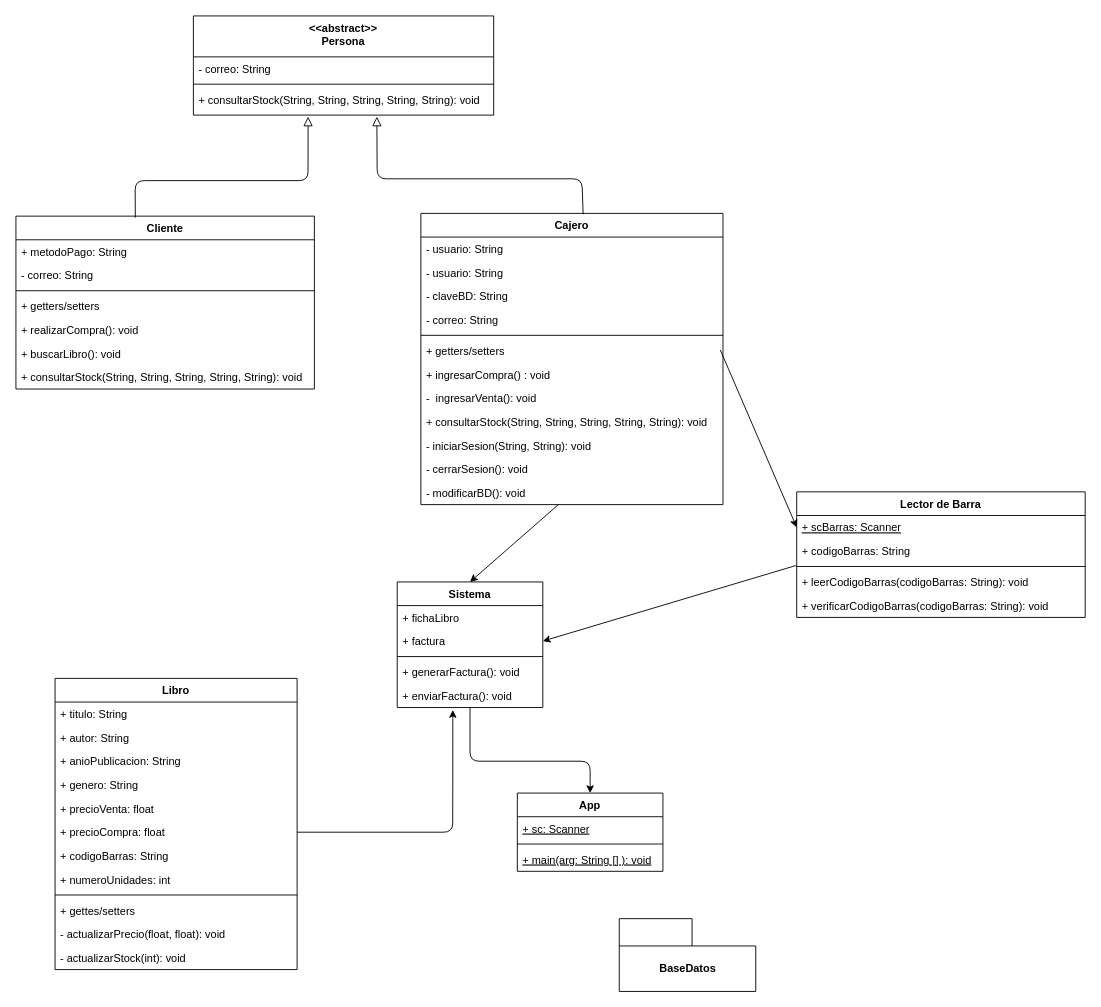
This is design/DC_PrjL.dio from AlejandroTTD/Chapter-Connect-Library, a draw.io file, before an edit. Source tidied: cells renumbered, new cells numbered last; positions are measured from the earlier drawing's top-left corner, leaving out a move shared by most shapes. Both pictures are drawn from the tidied source at 91%, with x=0, y=0 at pixel (15, 15).
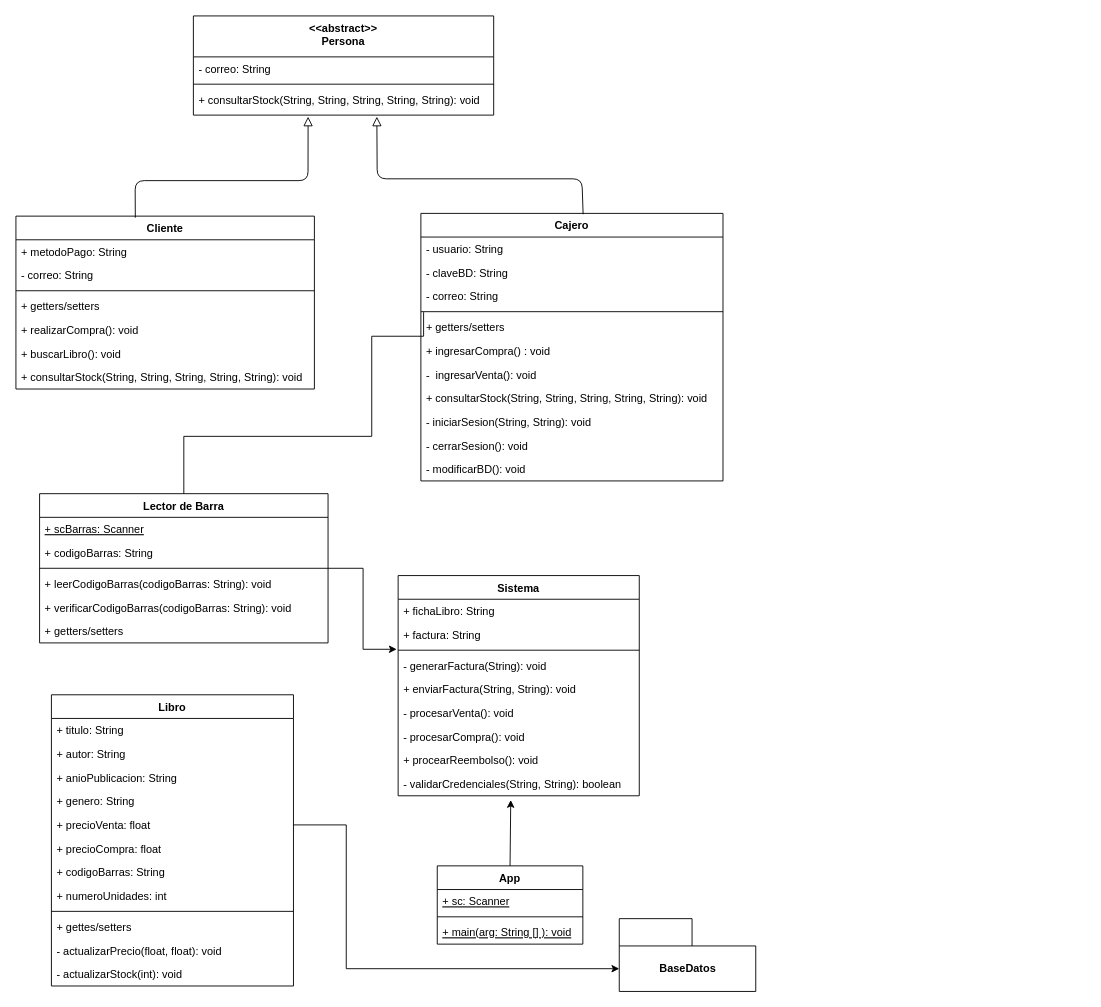
After the change.

Unchanged cells that the change refers to:
```xml
<mxCell id="28" value="+ scBarras: Scanner" style="text;strokeColor=none;fillColor=none;align=left;verticalAlign=top;spacingLeft=4;spacingRight=4;overflow=hidden;points=[[0,0.5],[1,0.5]];portConstraint=eastwest;fontStyle=4;" parent="27" vertex="1">
  <mxGeometry y="26" width="317" height="26" as="geometry" />
</mxCell>
<mxCell id="29" value="+ codigoBarras: String" style="text;strokeColor=none;fillColor=none;align=left;verticalAlign=top;spacingLeft=4;spacingRight=4;overflow=hidden;points=[[0,0.5],[1,0.5]];portConstraint=eastwest;" parent="27" vertex="1">
  <mxGeometry y="52" width="317" height="26" as="geometry" />
</mxCell>
<mxCell id="48" value="+ precioVenta: float" style="text;strokeColor=none;fillColor=none;align=left;verticalAlign=top;spacingLeft=4;spacingRight=4;overflow=hidden;points=[[0,0.5],[1,0.5]];portConstraint=eastwest;" parent="43" vertex="1">
  <mxGeometry y="130" width="266" height="26" as="geometry" />
</mxCell>
<mxCell id="49" value="+ precioCompra: float" style="text;strokeColor=none;fillColor=none;align=left;verticalAlign=top;spacingLeft=4;spacingRight=4;overflow=hidden;points=[[0,0.5],[1,0.5]];portConstraint=eastwest;" parent="43" vertex="1">
  <mxGeometry y="156" width="266" height="26" as="geometry" />
</mxCell>
<mxCell id="60" value="BaseDatos" style="shape=folder;fontStyle=1;tabWidth=80;tabHeight=30;tabPosition=left;html=1;boundedLbl=1;" parent="1" vertex="1">
  <mxGeometry x="663" y="992" width="150" height="80" as="geometry" />
</mxCell>
```

Diff of the diagram source:
```diff
@@
     <mxCell id="10" value="Cajero" style="swimlane;fontStyle=1;align=center;verticalAlign=top;horizontal=1;startSize=26;" parent="1" vertex="1">
-      <mxGeometry x="445" y="217" width="332" height="320" as="geometry" />
+      <mxGeometry x="445" y="217" width="332" height="294" as="geometry" />
     </mxCell>
@@
-    <mxCell id="12" value="- usuario: String" style="text;strokeColor=none;fillColor=none;align=left;verticalAlign=top;spacingLeft=4;spacingRight=4;overflow=hidden;" parent="10" vertex="1">
-      <mxGeometry y="52" width="332" height="26" as="geometry" />
-    </mxCell>
     <mxCell id="13" value="- claveBD: String" style="text;strokeColor=none;fillColor=none;align=left;verticalAlign=top;spacingLeft=4;spacingRight=4;overflow=hidden;" parent="10" vertex="1">
-      <mxGeometry y="78" width="332" height="26" as="geometry" />
+      <mxGeometry y="52" width="332" height="26" as="geometry" />
     </mxCell>
     <mxCell id="14" value="- correo: String" style="text;strokeColor=none;fillColor=none;align=left;verticalAlign=top;spacingLeft=4;spacingRight=4;overflow=hidden;" parent="10" vertex="1">
-      <mxGeometry y="104" width="332" height="26" as="geometry" />
+      <mxGeometry y="78" width="332" height="26" as="geometry" />
     </mxCell>
     <mxCell id="15" style="line;strokeWidth=1;fillColor=none;align=left;verticalAlign=middle;spacingTop=-1;spacingLeft=3;spacingRight=3;labelPosition=right;strokeColor=inherit;" parent="10" vertex="1">
-      <mxGeometry y="130" width="332" height="8" as="geometry" />
+      <mxGeometry y="104" width="332" height="8" as="geometry" />
     </mxCell>
     <mxCell id="16" value="+ getters/setters" style="text;strokeColor=none;fillColor=none;align=left;verticalAlign=top;spacingLeft=4;spacingRight=4;overflow=hidden;points=[[0,0.5],[1,0.5]];portConstraint=eastwest;" parent="10" vertex="1">
-      <mxGeometry y="138" width="332" height="26" as="geometry" />
+      <mxGeometry y="112" width="332" height="26" as="geometry" />
     </mxCell>
     <mxCell id="17" value="+ ingresarCompra() : void" style="text;strokeColor=none;fillColor=none;align=left;verticalAlign=top;spacingLeft=4;spacingRight=4;overflow=hidden;" parent="10" vertex="1">
-      <mxGeometry y="164" width="332" height="26" as="geometry" />
+      <mxGeometry y="138" width="332" height="26" as="geometry" />
     </mxCell>
     <mxCell id="18" value="-  ingresarVenta(): void" style="text;strokeColor=none;fillColor=none;align=left;verticalAlign=top;spacingLeft=4;spacingRight=4;overflow=hidden;" parent="10" vertex="1">
-      <mxGeometry y="190" width="332" height="26" as="geometry" />
+      <mxGeometry y="164" width="332" height="26" as="geometry" />
     </mxCell>
     <mxCell id="19" value="+ consultarStock(String, String, String, String, String): void" style="text;strokeColor=none;fillColor=none;align=left;verticalAlign=top;spacingLeft=4;spacingRight=4;overflow=hidden;" parent="10" vertex="1">
-      <mxGeometry y="216" width="332" height="26" as="geometry" />
+      <mxGeometry y="190" width="332" height="26" as="geometry" />
     </mxCell>
     <mxCell id="20" value="- iniciarSesion(String, String): void" style="text;strokeColor=none;fillColor=none;align=left;verticalAlign=top;spacingLeft=4;spacingRight=4;overflow=hidden;" parent="10" vertex="1">
-      <mxGeometry y="242" width="332" height="26" as="geometry" />
+      <mxGeometry y="216" width="332" height="26" as="geometry" />
     </mxCell>
     <mxCell id="21" value="- cerrarSesion(): void" style="text;strokeColor=none;fillColor=none;align=left;verticalAlign=top;spacingLeft=4;spacingRight=4;overflow=hidden;" parent="10" vertex="1">
-      <mxGeometry y="268" width="332" height="26" as="geometry" />
+      <mxGeometry y="242" width="332" height="26" as="geometry" />
     </mxCell>
     <mxCell id="22" value="- modificarBD(): void&#10;" style="text;strokeColor=none;fillColor=none;align=left;verticalAlign=top;spacingLeft=4;spacingRight=4;overflow=hidden;points=[[0,0.5],[1,0.5]];portConstraint=eastwest;" parent="10" vertex="1">
-      <mxGeometry y="294" width="332" height="26" as="geometry" />
+      <mxGeometry y="268" width="332" height="26" as="geometry" />
     </mxCell>
@@
+    <mxCell id="64" style="edgeStyle=orthogonalEdgeStyle;rounded=0;html=1;entryX=-0.006;entryY=1.115;entryDx=0;entryDy=0;entryPerimeter=0;" parent="1" edge="1" source="27" target="39">
+      <mxGeometry relative="1" as="geometry" />
+    </mxCell>
     <mxCell id="27" value="Lector de Barra" style="swimlane;fontStyle=1;align=center;verticalAlign=top;horizontal=1;startSize=26;" parent="1" vertex="1">
-      <mxGeometry x="858" y="523" width="317" height="138" as="geometry" />
+      <mxGeometry x="26" y="525" width="317" height="164" as="geometry" />
     </mxCell>
@@
+    <mxCell id="65" value="+ getters/setters" style="text;strokeColor=none;fillColor=none;align=left;verticalAlign=top;spacingLeft=4;spacingRight=4;overflow=hidden;" parent="27" vertex="1">
+      <mxGeometry y="138" width="317" height="26" as="geometry" />
+    </mxCell>
     <mxCell id="33" value="App" style="swimlane;fontStyle=1;align=center;verticalAlign=top;horizontal=1;startSize=26;" parent="1" vertex="1">
-      <mxGeometry x="551" y="854" width="160" height="86" as="geometry" />
+      <mxGeometry x="463" y="934" width="160" height="86" as="geometry" />
     </mxCell>
@@
     <mxCell id="37" value="Sistema" style="swimlane;fontStyle=1;align=center;verticalAlign=top;horizontal=1;startSize=26;" parent="1" vertex="1">
-      <mxGeometry x="419" y="622" width="160" height="138" as="geometry" />
+      <mxGeometry x="420" y="615" width="265" height="242" as="geometry" />
     </mxCell>
-    <mxCell id="38" value="+ fichaLibro" style="text;strokeColor=none;fillColor=none;align=left;verticalAlign=top;spacingLeft=4;spacingRight=4;overflow=hidden;" parent="37" vertex="1">
-      <mxGeometry y="26" width="160" height="26" as="geometry" />
+    <mxCell id="38" value="+ fichaLibro: String" style="text;strokeColor=none;fillColor=none;align=left;verticalAlign=top;spacingLeft=4;spacingRight=4;overflow=hidden;" parent="37" vertex="1">
+      <mxGeometry y="26" width="265" height="26" as="geometry" />
     </mxCell>
-    <mxCell id="39" value="+ factura" style="text;strokeColor=none;fillColor=none;align=left;verticalAlign=top;spacingLeft=4;spacingRight=4;overflow=hidden;points=[[0,0.5],[1,0.5]];portConstraint=eastwest;" parent="37" vertex="1">
-      <mxGeometry y="52" width="160" height="26" as="geometry" />
+    <mxCell id="39" value="+ factura: String" style="text;strokeColor=none;fillColor=none;align=left;verticalAlign=top;spacingLeft=4;spacingRight=4;overflow=hidden;points=[[0,0.5],[1,0.5]];portConstraint=eastwest;" parent="37" vertex="1">
+      <mxGeometry y="52" width="265" height="26" as="geometry" />
     </mxCell>
     <mxCell id="40" style="line;strokeWidth=1;fillColor=none;align=left;verticalAlign=middle;spacingTop=-1;spacingLeft=3;spacingRight=3;labelPosition=right;strokeColor=inherit;" parent="37" vertex="1">
-      <mxGeometry y="78" width="160" height="8" as="geometry" />
+      <mxGeometry y="78" width="265" height="8" as="geometry" />
     </mxCell>
-    <mxCell id="41" value="+ generarFactura(): void" style="text;strokeColor=none;fillColor=none;align=left;verticalAlign=top;spacingLeft=4;spacingRight=4;overflow=hidden;" parent="37" vertex="1">
-      <mxGeometry y="86" width="160" height="26" as="geometry" />
+    <mxCell id="41" value="- generarFactura(String): void" style="text;strokeColor=none;fillColor=none;align=left;verticalAlign=top;spacingLeft=4;spacingRight=4;overflow=hidden;" parent="37" vertex="1">
+      <mxGeometry y="86" width="265" height="26" as="geometry" />
     </mxCell>
+    <mxCell id="66" value="+ enviarFactura(String, String): void" style="text;strokeColor=none;fillColor=none;align=left;verticalAlign=top;spacingLeft=4;spacingRight=4;overflow=hidden;" parent="37" vertex="1">
+      <mxGeometry y="112" width="265" height="26" as="geometry" />
+    </mxCell>
+    <mxCell id="67" value="- procesarVenta(): void" style="text;strokeColor=none;fillColor=none;align=left;verticalAlign=top;spacingLeft=4;spacingRight=4;overflow=hidden;" parent="37" vertex="1">
+      <mxGeometry y="138" width="265" height="26" as="geometry" />
+    </mxCell>
+    <mxCell id="68" value="- procesarCompra(): void&#10;" style="text;strokeColor=none;fillColor=none;align=left;verticalAlign=top;spacingLeft=4;spacingRight=4;overflow=hidden;" parent="37" vertex="1">
+      <mxGeometry y="164" width="265" height="26" as="geometry" />
+    </mxCell>
+    <mxCell id="69" value="+ procearReembolso(): void" style="text;strokeColor=none;fillColor=none;align=left;verticalAlign=top;spacingLeft=4;spacingRight=4;overflow=hidden;" parent="37" vertex="1">
+      <mxGeometry y="190" width="265" height="26" as="geometry" />
+    </mxCell>
-    <mxCell id="42" value="+ enviarFactura(): void" style="text;strokeColor=none;fillColor=none;align=left;verticalAlign=top;spacingLeft=4;spacingRight=4;overflow=hidden;points=[[0,0.5],[1,0.5]];portConstraint=eastwest;" parent="37" vertex="1">
-      <mxGeometry y="112" width="160" height="26" as="geometry" />
+    <mxCell id="42" value="- validarCredenciales(String, String): boolean" style="text;strokeColor=none;fillColor=none;align=left;verticalAlign=top;spacingLeft=4;spacingRight=4;overflow=hidden;points=[[0,0.5],[1,0.5]];portConstraint=eastwest;" parent="37" vertex="1">
+      <mxGeometry y="216" width="265" height="26" as="geometry" />
     </mxCell>
     <mxCell id="43" value="Libro" style="swimlane;fontStyle=1;align=center;verticalAlign=top;horizontal=1;startSize=26;" parent="1" vertex="1">
-      <mxGeometry x="43" y="728" width="266" height="320" as="geometry" />
+      <mxGeometry x="39" y="746" width="266" height="320" as="geometry" />
     </mxCell>
@@
-    <mxCell id="56" style="edgeStyle=none;html=1;exitX=1;exitY=0.5;exitDx=0;exitDy=0;entryX=0;entryY=0.5;entryDx=0;entryDy=0;" parent="1" edge="1" target="28">
-      <mxGeometry relative="1" as="geometry">
-        <mxPoint x="774" y="367" as="sourcePoint" />
-      </mxGeometry>
-    </mxCell>
-    <mxCell id="57" style="edgeStyle=none;html=1;entryX=0.5;entryY=0;entryDx=0;entryDy=0;" parent="1" edge="1" source="22" target="37">
-      <mxGeometry relative="1" as="geometry" />
-    </mxCell>
-    <mxCell id="58" style="edgeStyle=none;html=1;entryX=1;entryY=0.5;entryDx=0;entryDy=0;exitX=-0.003;exitY=1.115;exitDx=0;exitDy=0;exitPerimeter=0;" parent="1" edge="1" source="29" target="39">
-      <mxGeometry relative="1" as="geometry" />
-    </mxCell>
-    <mxCell id="59" style="edgeStyle=none;html=1;entryX=0.5;entryY=0;entryDx=0;entryDy=0;" parent="1" edge="1" source="42" target="33">
-      <mxGeometry relative="1" as="geometry">
-        <Array as="points">
-          <mxPoint x="499" y="819" />
-          <mxPoint x="631" y="819" />
-        </Array>
-      </mxGeometry>
-    </mxCell>
@@
-    <mxCell id="63" style="edgeStyle=none;html=1;entryX=0.382;entryY=1.106;entryDx=0;entryDy=0;entryPerimeter=0;exitX=1;exitY=0.5;exitDx=0;exitDy=0;" parent="1" edge="1" source="49" target="42">
-      <mxGeometry relative="1" as="geometry">
-        <Array as="points">
-          <mxPoint x="480" y="897" />
-        </Array>
-      </mxGeometry>
-    </mxCell>
+    <mxCell id="70" style="endArrow=none;html=1;exitX=0.009;exitY=-0.132;exitDx=0;exitDy=0;exitPerimeter=0;entryX=0.5;entryY=0;entryDx=0;entryDy=0;rounded=0;edgeStyle=orthogonalEdgeStyle;" parent="1" edge="1" source="16" target="27">
+      <mxGeometry relative="1" as="geometry">
+        <Array as="points">
+          <mxPoint x="391" y="352" />
+          <mxPoint x="391" y="462" />
+          <mxPoint x="185" y="462" />
+        </Array>
+      </mxGeometry>
+    </mxCell>
+    <mxCell id="71" style="edgeStyle=orthogonalEdgeStyle;rounded=0;html=1;entryX=0;entryY=0;entryDx=0;entryDy=55;entryPerimeter=0;" parent="1" edge="1" source="48" target="60">
+      <mxGeometry relative="1" as="geometry">
+        <Array as="points">
+          <mxPoint x="363" y="889" />
+          <mxPoint x="363" y="1047" />
+        </Array>
+      </mxGeometry>
+    </mxCell>
+    <mxCell id="72" style="endArrow=classic;html=1;rounded=0;exitX=0.5;exitY=0;exitDx=0;exitDy=0;entryX=0.467;entryY=1.179;entryDx=0;entryDy=0;entryPerimeter=0;" parent="1" edge="1" source="33" target="42">
+      <mxGeometry relative="1" as="geometry" />
+    </mxCell>
```
